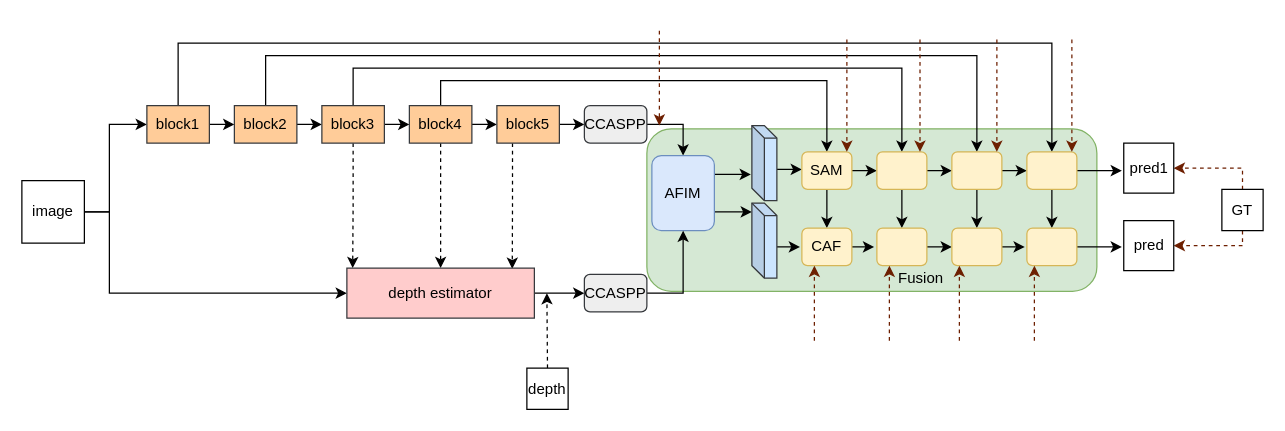
The draw.io diagram uta.drawio in Hymhh/hymhh, before the edit. Source tidied: cells renumbered, new cells numbered last; positions are measured from the earlier drawing's top-left corner, leaving out a move shared by most shapes. Both pictures are drawn from the tidied source at 125%, with x=0, y=0 at pixel (21, 30).
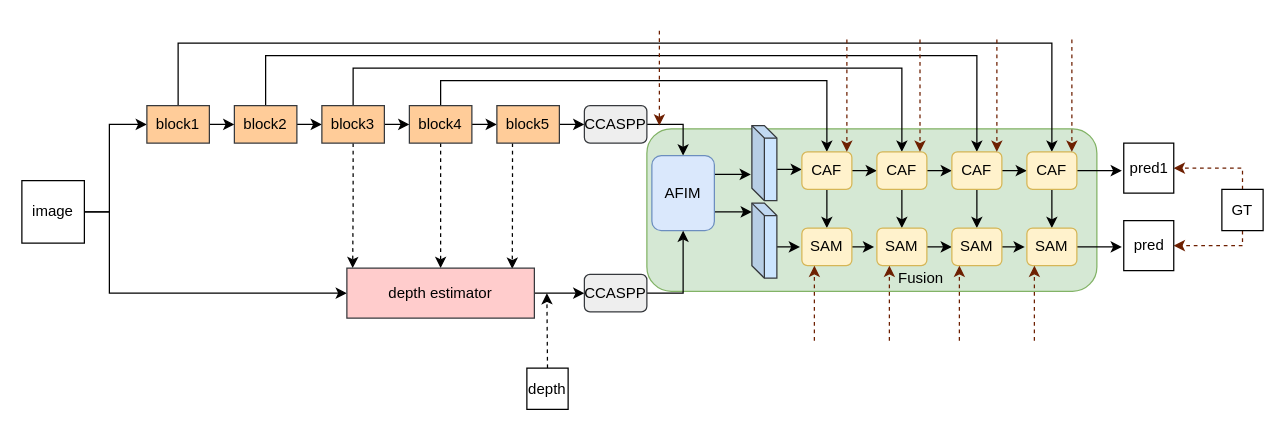
The same page after the edit.

What changed in the source:
```diff
@@
-    <mxCell id="35" value="SAM" style="rounded=1;whiteSpace=wrap;html=1;fillColor=#fff2cc;strokeColor=#d6b656;" parent="1" vertex="1">
+    <mxCell id="35" value="CAF" style="rounded=1;whiteSpace=wrap;html=1;fillColor=#fff2cc;strokeColor=#d6b656;" parent="1" vertex="1">
       <mxGeometry x="624" y="97" width="40" height="30" as="geometry" />
     </mxCell>
@@
-    <mxCell id="38" style="rounded=1;whiteSpace=wrap;html=1;fillColor=#fff2cc;strokeColor=#d6b656;" parent="1" vertex="1">
+    <mxCell id="38" value="&lt;span&gt;CAF&lt;/span&gt;" style="rounded=1;whiteSpace=wrap;html=1;fillColor=#fff2cc;strokeColor=#d6b656;" parent="1" vertex="1">
       <mxGeometry x="684" y="97" width="40" height="30" as="geometry" />
     </mxCell>
@@
-    <mxCell id="41" style="rounded=1;whiteSpace=wrap;html=1;fillColor=#fff2cc;strokeColor=#d6b656;" parent="1" vertex="1">
+    <mxCell id="41" value="CAF" style="rounded=1;whiteSpace=wrap;html=1;fillColor=#fff2cc;strokeColor=#d6b656;" parent="1" vertex="1">
       <mxGeometry x="744" y="97" width="40" height="30" as="geometry" />
     </mxCell>
@@
-    <mxCell id="44" style="rounded=1;whiteSpace=wrap;html=1;fillColor=#fff2cc;strokeColor=#d6b656;" parent="1" vertex="1">
+    <mxCell id="44" value="&lt;span&gt;CAF&lt;/span&gt;" style="rounded=1;whiteSpace=wrap;html=1;fillColor=#fff2cc;strokeColor=#d6b656;" parent="1" vertex="1">
       <mxGeometry x="804" y="97" width="40" height="30" as="geometry" />
     </mxCell>
@@
-    <mxCell id="46" value="CAF" style="rounded=1;whiteSpace=wrap;html=1;fillColor=#fff2cc;strokeColor=#d6b656;" parent="1" vertex="1">
+    <mxCell id="46" value="SAM" style="rounded=1;whiteSpace=wrap;html=1;fillColor=#fff2cc;strokeColor=#d6b656;" parent="1" vertex="1">
       <mxGeometry x="624" y="158" width="40" height="30" as="geometry" />
     </mxCell>
@@
-    <mxCell id="48" style="rounded=1;whiteSpace=wrap;html=1;fillColor=#fff2cc;strokeColor=#d6b656;" parent="1" vertex="1">
+    <mxCell id="48" value="&lt;span&gt;SAM&lt;/span&gt;" style="rounded=1;whiteSpace=wrap;html=1;fillColor=#fff2cc;strokeColor=#d6b656;" parent="1" vertex="1">
       <mxGeometry x="684" y="158" width="40" height="30" as="geometry" />
     </mxCell>
@@
-    <mxCell id="50" style="rounded=1;whiteSpace=wrap;html=1;fillColor=#fff2cc;strokeColor=#d6b656;" parent="1" vertex="1">
+    <mxCell id="50" value="&lt;span&gt;SAM&lt;/span&gt;" style="rounded=1;whiteSpace=wrap;html=1;fillColor=#fff2cc;strokeColor=#d6b656;" parent="1" vertex="1">
       <mxGeometry x="804" y="158" width="40" height="30" as="geometry" />
     </mxCell>
@@
-    <mxCell id="52" style="rounded=1;whiteSpace=wrap;html=1;fillColor=#fff2cc;strokeColor=#d6b656;" parent="1" vertex="1">
+    <mxCell id="52" value="&lt;span&gt;SAM&lt;/span&gt;" style="rounded=1;whiteSpace=wrap;html=1;fillColor=#fff2cc;strokeColor=#d6b656;" parent="1" vertex="1">
       <mxGeometry x="744" y="158" width="40" height="30" as="geometry" />
     </mxCell>
```
